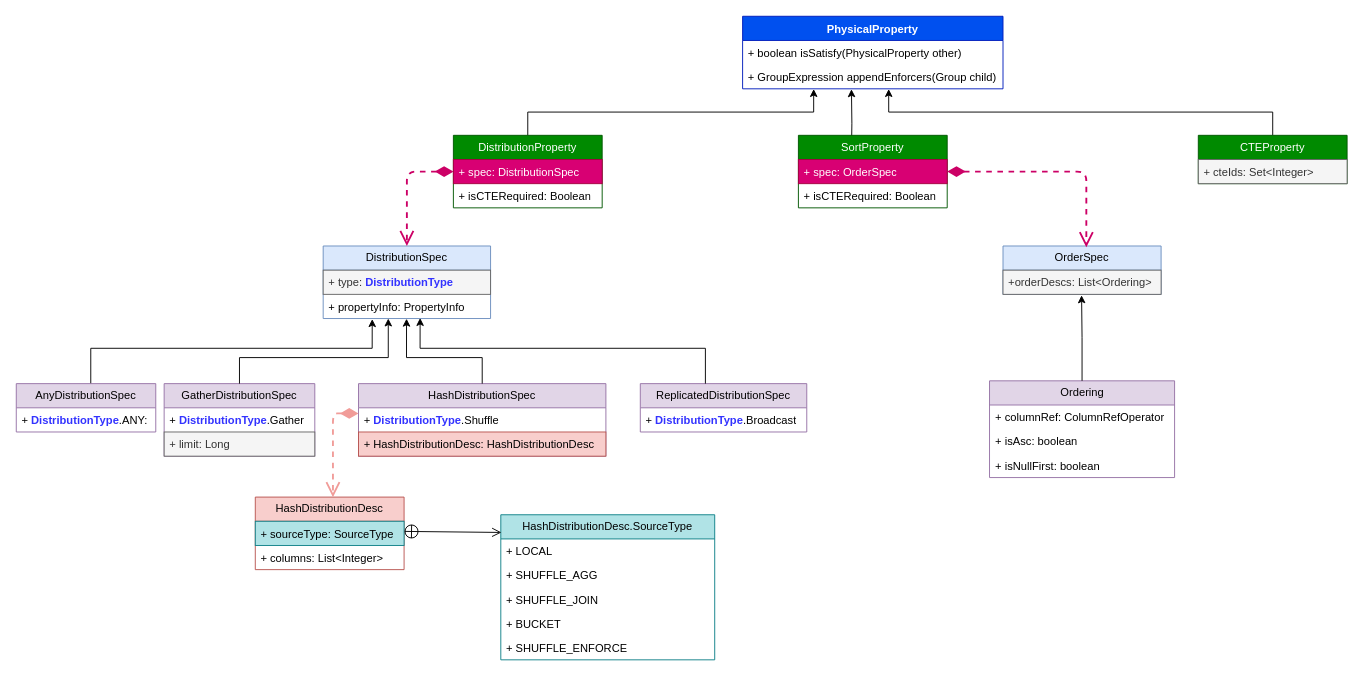
szza/szza.github.io.images keeps this draw.io diagram as StarRocks/CBO/DistributionSpec.drawio. Above is the earlier version. Source tidied: cells renumbered, new cells numbered last; positions are measured from the earlier drawing's top-left corner, leaving out a move shared by most shapes. Both pictures are drawn from the tidied source at 93%, with x=0, y=0 at pixel (16, 16).
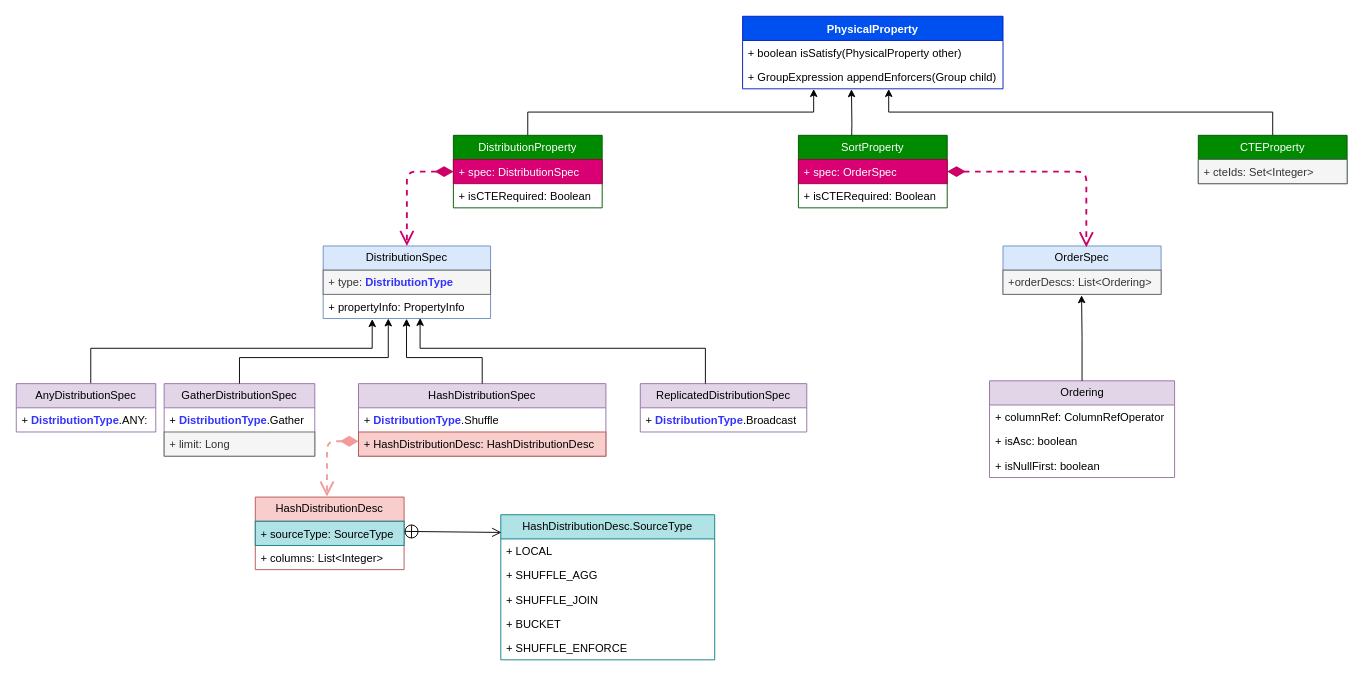
The same page after the edit.

Unchanged cells that the change refers to:
```xml
<mxCell id="11" value="+&amp;nbsp;&lt;b style=&quot;border-color: var(--border-color);&quot;&gt;&lt;font style=&quot;border-color: var(--border-color);&quot; color=&quot;#3333ff&quot;&gt;DistributionType&lt;/font&gt;&lt;/b&gt;.Shuffle" style="text;strokeColor=none;fillColor=none;align=left;verticalAlign=top;spacingLeft=4;spacingRight=4;overflow=hidden;points=[[0,0.5],[1,0.5]];portConstraint=eastwest;whiteSpace=wrap;html=1;" parent="10" vertex="1">
  <mxGeometry y="26" width="266" height="26" as="geometry" />
</mxCell>
<mxCell id="12" value="+ HashDistributionDesc:&amp;nbsp;HashDistributionDesc" style="text;strokeColor=#b85450;fillColor=#f8cecc;align=left;verticalAlign=top;spacingLeft=4;spacingRight=4;overflow=hidden;points=[[0,0.5],[1,0.5]];portConstraint=eastwest;whiteSpace=wrap;html=1;" parent="10" vertex="1">
  <mxGeometry y="52" width="266" height="26" as="geometry" />
</mxCell>
<mxCell id="19" value="HashDistributionDesc" style="swimlane;fontStyle=0;horizontal=1;startSize=26;fillColor=#f8cecc;whiteSpace=wrap;html=1;strokeColor=#b85450;" parent="1" vertex="1">
  <mxGeometry x="257" y="517" width="160" height="78" as="geometry" />
</mxCell>
```

The edit, as a diff of the source:
```diff
@@
-    <mxCell id="39" style="endArrow=open;html=1;endSize=12;startArrow=diamondThin;startSize=14;startFill=1;edgeStyle=orthogonalEdgeStyle;align=left;verticalAlign=bottom;rounded=1;dashed=1;strokeColor=#F19C99;strokeWidth=2;entryX=0.522;entryY=0.003;entryDx=0;entryDy=0;entryPerimeter=0;" parent="1" edge="1" source="11" target="19">
+    <mxCell id="39" style="endArrow=open;html=1;endSize=12;startArrow=diamondThin;startSize=14;startFill=1;edgeStyle=orthogonalEdgeStyle;align=left;verticalAlign=bottom;rounded=1;dashed=1;strokeColor=#F19C99;strokeWidth=2;entryX=0.513;entryY=-0.007;entryDx=0;entryDy=0;entryPerimeter=0;" parent="1" edge="1" source="12">
       <mxGeometry x="-1" y="3" relative="1" as="geometry">
+        <mxPoint x="334.1" y="516.5" as="targetPoint" />
         <Array as="points">
-          <mxPoint x="341" y="427" />
+          <mxPoint x="334" y="457" />
         </Array>
       </mxGeometry>
     </mxCell>
```
